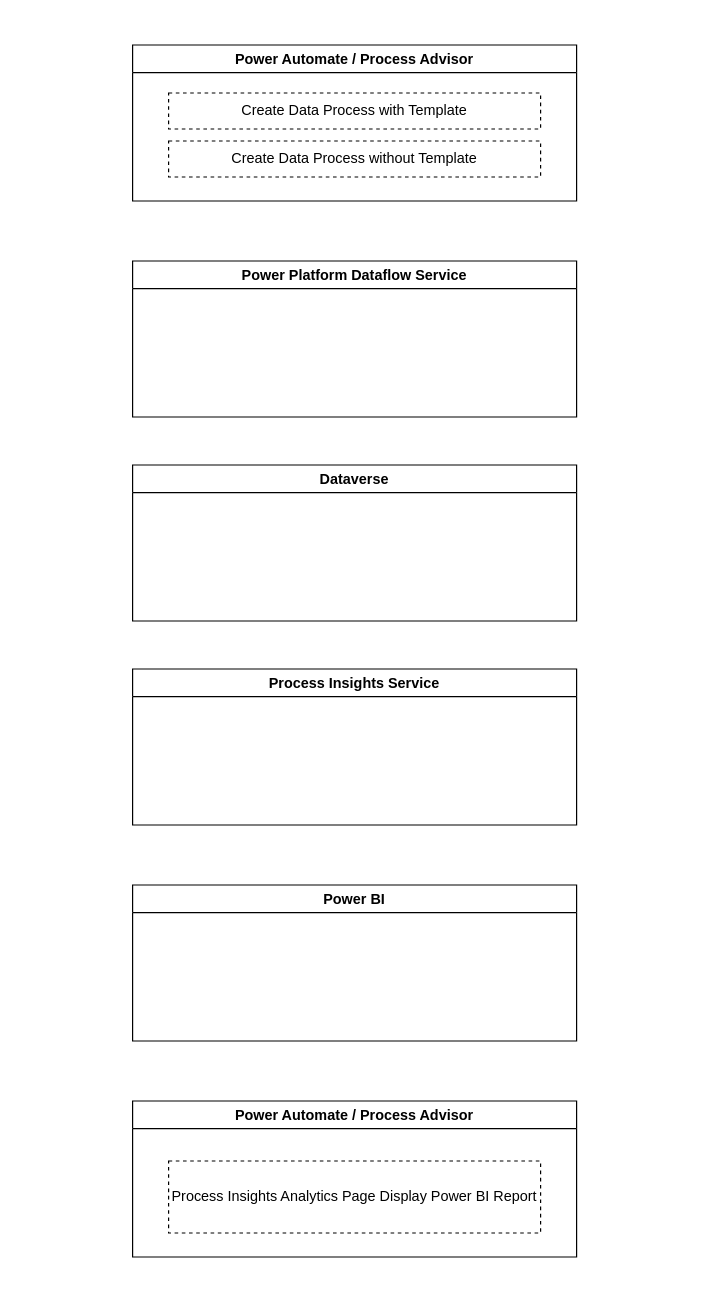
Earlier version of the draw.io diagram ProcessInsightsV2Phases.drawio (luchenatwork/Diagram). Source tidied: cells renumbered, new cells numbered last; positions are measured from the earlier drawing's top-left corner, leaving out a move shared by most shapes. Both pictures are drawn from the tidied source at 120%, with x=0, y=0 at pixel (132, 44).
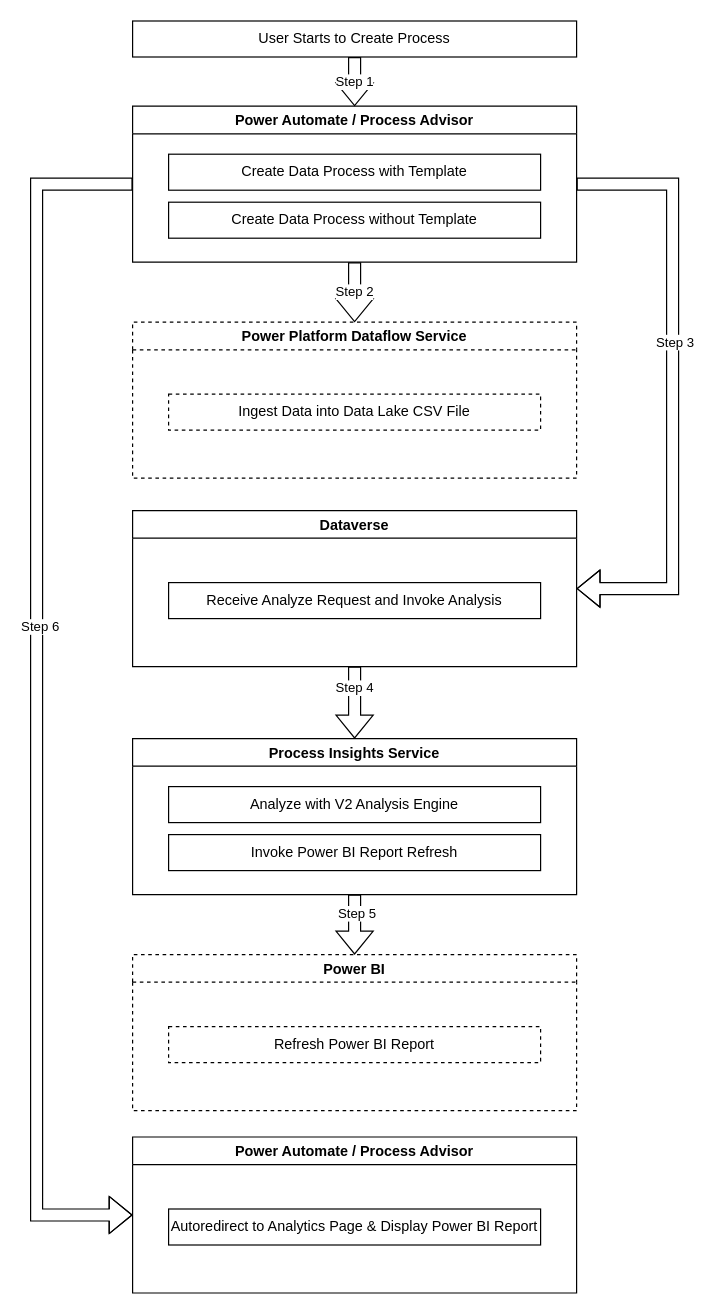
After the change.

Diff of the diagram source:
```diff
@@
     <mxCell id="2" value="Power Automate / Process Advisor" style="swimlane;" parent="1" vertex="1">
-      <mxGeometry width="370" height="130" as="geometry" />
+      <mxGeometry y="51" width="370" height="130" as="geometry" />
     </mxCell>
-    <mxCell id="3" value="Create Data Process with Template" style="rounded=0;whiteSpace=wrap;html=1;dashed=1;" parent="2" vertex="1">
+    <mxCell id="3" value="Create Data Process with Template" style="rounded=0;whiteSpace=wrap;html=1;" parent="2" vertex="1">
       <mxGeometry x="30" y="40" width="310" height="30" as="geometry" />
     </mxCell>
-    <mxCell id="4" value="Create Data Process without Template" style="rounded=0;whiteSpace=wrap;html=1;dashed=1;" parent="2" vertex="1">
+    <mxCell id="4" value="Create Data Process without Template" style="rounded=0;whiteSpace=wrap;html=1;" parent="2" vertex="1">
       <mxGeometry x="30" y="80" width="310" height="30" as="geometry" />
     </mxCell>
     <mxCell id="5" value="Dataverse" style="swimlane;" parent="1" vertex="1">
-      <mxGeometry y="350" width="370" height="130" as="geometry" />
+      <mxGeometry y="388" width="370" height="130" as="geometry" />
     </mxCell>
+    <mxCell id="11" value="Receive Analyze Request and Invoke Analysis" style="rounded=0;whiteSpace=wrap;html=1;" parent="5" vertex="1">
+      <mxGeometry x="30" y="60" width="310" height="30" as="geometry" />
+    </mxCell>
     <mxCell id="6" value="Process Insights Service" style="swimlane;" parent="1" vertex="1">
-      <mxGeometry y="520" width="370" height="130" as="geometry" />
+      <mxGeometry y="578" width="370" height="130" as="geometry" />
     </mxCell>
+    <mxCell id="12" value="Analyze with V2 Analysis Engine" style="rounded=0;whiteSpace=wrap;html=1;" parent="6" vertex="1">
+      <mxGeometry x="30" y="40" width="310" height="30" as="geometry" />
+    </mxCell>
+    <mxCell id="13" value="Invoke Power BI Report Refresh" style="rounded=0;whiteSpace=wrap;html=1;" parent="6" vertex="1">
+      <mxGeometry x="30" y="80" width="310" height="30" as="geometry" />
+    </mxCell>
     <mxCell id="7" value="Power Automate / Process Advisor" style="swimlane;" parent="1" vertex="1">
-      <mxGeometry y="880" width="370" height="130" as="geometry" />
+      <mxGeometry y="910" width="370" height="130" as="geometry" />
     </mxCell>
-    <mxCell id="8" value="Process Insights Analytics Page Display Power BI Report" style="rounded=0;whiteSpace=wrap;html=1;dashed=1;" parent="7" vertex="1">
-      <mxGeometry x="30" y="50" width="310" height="60" as="geometry" />
+    <mxCell id="8" value="Autoredirect to Analytics Page &amp;amp; Display Power BI Report" style="rounded=0;whiteSpace=wrap;html=1;" parent="7" vertex="1">
+      <mxGeometry x="30" y="60" width="310" height="30" as="geometry" />
     </mxCell>
-    <mxCell id="9" value="Power Platform Dataflow Service" style="swimlane;" parent="1" vertex="1">
-      <mxGeometry y="180" width="370" height="130" as="geometry" />
+    <mxCell id="9" value="Power Platform Dataflow Service" style="swimlane;dashed=1;" parent="1" vertex="1">
+      <mxGeometry y="231" width="370" height="130" as="geometry" />
     </mxCell>
+    <mxCell id="14" value="Ingest Data into Data Lake CSV File" style="rounded=0;whiteSpace=wrap;html=1;dashed=1;" parent="9" vertex="1">
+      <mxGeometry x="30" y="60" width="310" height="30" as="geometry" />
+    </mxCell>
-    <mxCell id="10" value="Power BI" style="swimlane;" parent="1" vertex="1">
-      <mxGeometry y="700" width="370" height="130" as="geometry" />
+    <mxCell id="10" value="Power BI" style="swimlane;dashed=1;" parent="1" vertex="1">
+      <mxGeometry y="758" width="370" height="130" as="geometry" />
     </mxCell>
+    <mxCell id="15" value="Refresh Power BI Report" style="rounded=0;whiteSpace=wrap;html=1;dashed=1;" parent="10" vertex="1">
+      <mxGeometry x="30" y="60" width="310" height="30" as="geometry" />
+    </mxCell>
+    <mxCell id="16" style="shape=flexArrow;endArrow=classic;html=1;rounded=0;exitX=0;exitY=0.5;exitDx=0;exitDy=0;edgeStyle=orthogonalEdgeStyle;entryX=0;entryY=0.5;entryDx=0;entryDy=0;" parent="1" edge="1" source="2" target="7">
+      <mxGeometry relative="1" as="geometry">
+        <Array as="points">
+          <mxPoint x="-80" y="116" />
+          <mxPoint x="-80" y="975" />
+        </Array>
+      </mxGeometry>
+    </mxCell>
+    <mxCell id="17" value="Step 6" style="edgeLabel;html=1;align=center;verticalAlign=middle;" parent="16" vertex="1">
+      <mxGeometry x="-0.12" y="2" relative="1" as="geometry" />
+    </mxCell>
+    <mxCell id="18" style="shape=flexArrow;endArrow=classic;html=1;rounded=0;edgeStyle=orthogonalEdgeStyle;entryX=1;entryY=0.5;entryDx=0;entryDy=0;exitX=1;exitY=0.5;exitDx=0;exitDy=0;" parent="1" edge="1" source="2" target="5">
+      <mxGeometry relative="1" as="geometry">
+        <Array as="points">
+          <mxPoint x="450" y="116" />
+          <mxPoint x="450" y="453" />
+        </Array>
+      </mxGeometry>
+    </mxCell>
+    <mxCell id="19" value="Step 3" style="edgeLabel;html=1;align=center;verticalAlign=middle;" parent="18" vertex="1">
+      <mxGeometry x="-0.15" y="1" relative="1" as="geometry" />
+    </mxCell>
+    <mxCell id="20" style="shape=flexArrow;endArrow=classic;html=1;rounded=0;exitX=0.5;exitY=1;exitDx=0;exitDy=0;" parent="1" edge="1" source="5" target="6">
+      <mxGeometry relative="1" as="geometry" />
+    </mxCell>
+    <mxCell id="21" value="Step 4" style="edgeLabel;html=1;align=center;verticalAlign=middle;" parent="20" vertex="1">
+      <mxGeometry x="-0.43" y="-1" relative="1" as="geometry" />
+    </mxCell>
+    <mxCell id="22" style="shape=flexArrow;endArrow=classic;html=1;rounded=0;exitX=0.5;exitY=1;exitDx=0;exitDy=0;entryX=0.5;entryY=0;entryDx=0;entryDy=0;" parent="1" edge="1" source="6" target="10">
+      <mxGeometry relative="1" as="geometry" />
+    </mxCell>
+    <mxCell id="23" value="Step 5" style="edgeLabel;html=1;align=center;verticalAlign=middle;" parent="22" vertex="1">
+      <mxGeometry x="-0.4" y="1" relative="1" as="geometry" />
+    </mxCell>
+    <mxCell id="24" value="Step 2" style="shape=flexArrow;endArrow=classic;html=1;rounded=0;exitX=0.5;exitY=1;exitDx=0;exitDy=0;entryX=0.5;entryY=0;entryDx=0;entryDy=0;" parent="1" edge="1" source="2" target="9">
+      <mxGeometry relative="1" as="geometry" />
+    </mxCell>
+    <mxCell id="25" value="User Starts to Create Process" style="rounded=0;whiteSpace=wrap;html=1;" parent="1" vertex="1">
+      <mxGeometry y="-20" width="370" height="30" as="geometry" />
+    </mxCell>
+    <mxCell id="26" value="Step 1" style="shape=flexArrow;endArrow=classic;html=1;rounded=0;exitX=0.5;exitY=1;exitDx=0;exitDy=0;entryX=0.5;entryY=0;entryDx=0;entryDy=0;" parent="1" edge="1" source="25" target="2">
+      <mxGeometry relative="1" as="geometry" />
+    </mxCell>
```
